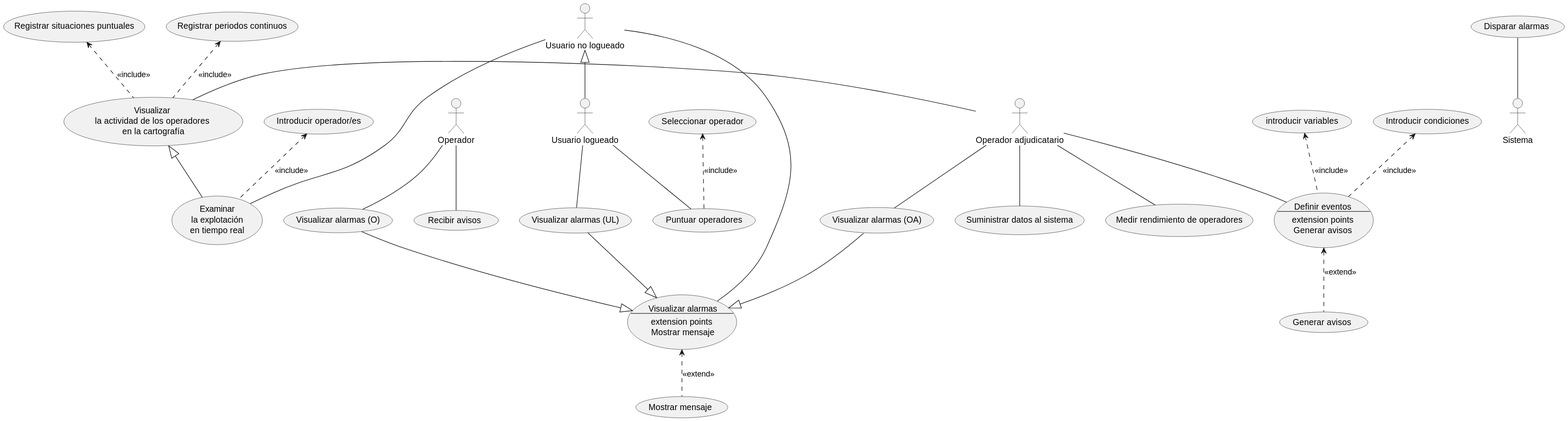
The PlantUML diagram out/Proyecto/source/SMET/Sistema de informacion.svg in cgg734/INRE-UAL-MORADO-2022-2023, before a commit. The source it was exported from:
```plantuml
@startuml Sistema de informacion
actor OA as "Operador adjudicatario"
actor Operador
actor UR as "Usuario logueado"
actor UNR as "Usuario no logueado"
usecase (Visualizar \nla actividad de los operadores \nen la cartografía) as VisualAct
OA-left-VisualAct
(Registrar situaciones puntuales)<..VisualAct : <<include>>
(Registrar periodos continuos)<..VisualAct : <<include>>
usecase (Visualizar alarmas UR) as "Visualizar alarmas (UL)"
usecase (Visualizar alarmas OA) as "Visualizar alarmas (OA)"
usecase (Visualizar alarmas O) as "Visualizar alarmas (O)"
usecase VA as "Visualizar alarmas
--
extension points
Mostrar mensaje"
usecase (Recibir avisos)
usecase DE as "Definir eventos
--
extension points
Generar avisos"

usecase (Generar avisos) as GA
usecase EX as "Examinar
la explotación
en tiempo real"
OA--(Visualizar alarmas OA)
UR--(Visualizar alarmas UR)
Operador--(Visualizar alarmas O)
(Visualizar alarmas O)--|>VA
(Visualizar alarmas OA)--|>VA
(Visualizar alarmas UR)--|>VA
Operador--(Recibir avisos)
OA--DE
(introducir variables)<..DE : <<include>>
(Introducir condiciones)<..DE : <<include>>
DE<..GA : <<extend>>
UNR--EX
VisualAct<|--EX
(Introducir operador/es)<..EX : <<include>>
UNR-right-VA
UNR<|--UR
(Disparar alarmas)--Sistema
OA--(Suministrar datos al sistema)
usecase PO as "Puntuar operadores"
UR--PO
(Seleccionar operador)<..PO : <<include>>
OA--(Medir rendimiento de operadores)
(Mostrar mensaje).up.>VA : <<extend>>
@enduml
```
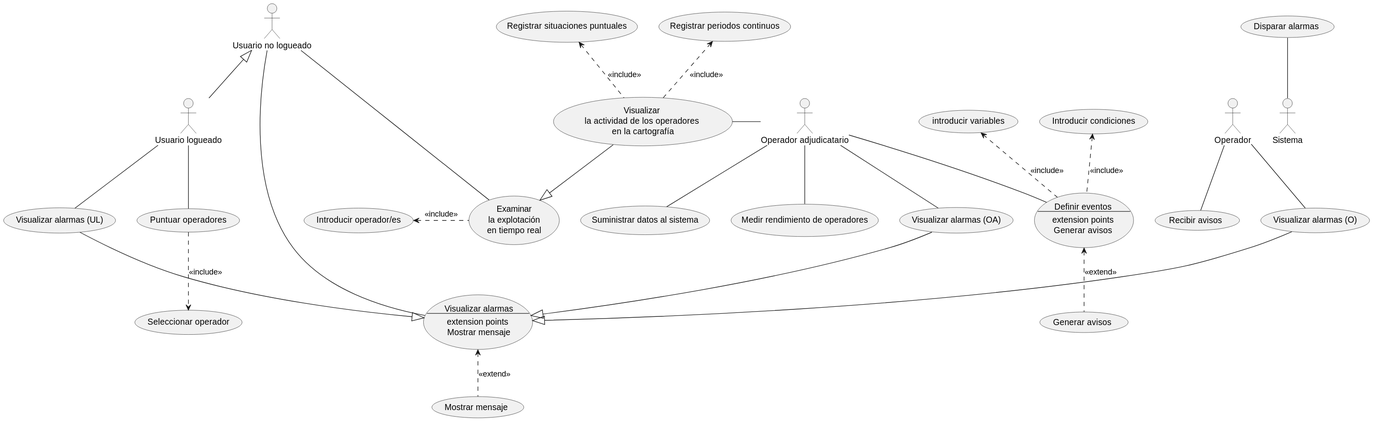
The same file after the commit.

What changed in the source:
```diff
@@ -36,15 +36,15 @@
 (Introducir condiciones)<..DE : <<include>>
 DE<..GA : <<extend>>
 UNR--EX
-VisualAct<|--EX
-(Introducir operador/es)<..EX : <<include>>
+VisualAct--|>EX
+(Introducir operador/es)<.right.EX : <<include>>
 UNR-right-VA
 UNR<|--UR
 (Disparar alarmas)--Sistema
 OA--(Suministrar datos al sistema)
 usecase PO as "Puntuar operadores"
 UR--PO
-(Seleccionar operador)<..PO : <<include>>
+(Seleccionar operador)<.up.PO : <<include>>
 OA--(Medir rendimiento de operadores)
 (Mostrar mensaje).up.>VA : <<extend>>
 @enduml
```
